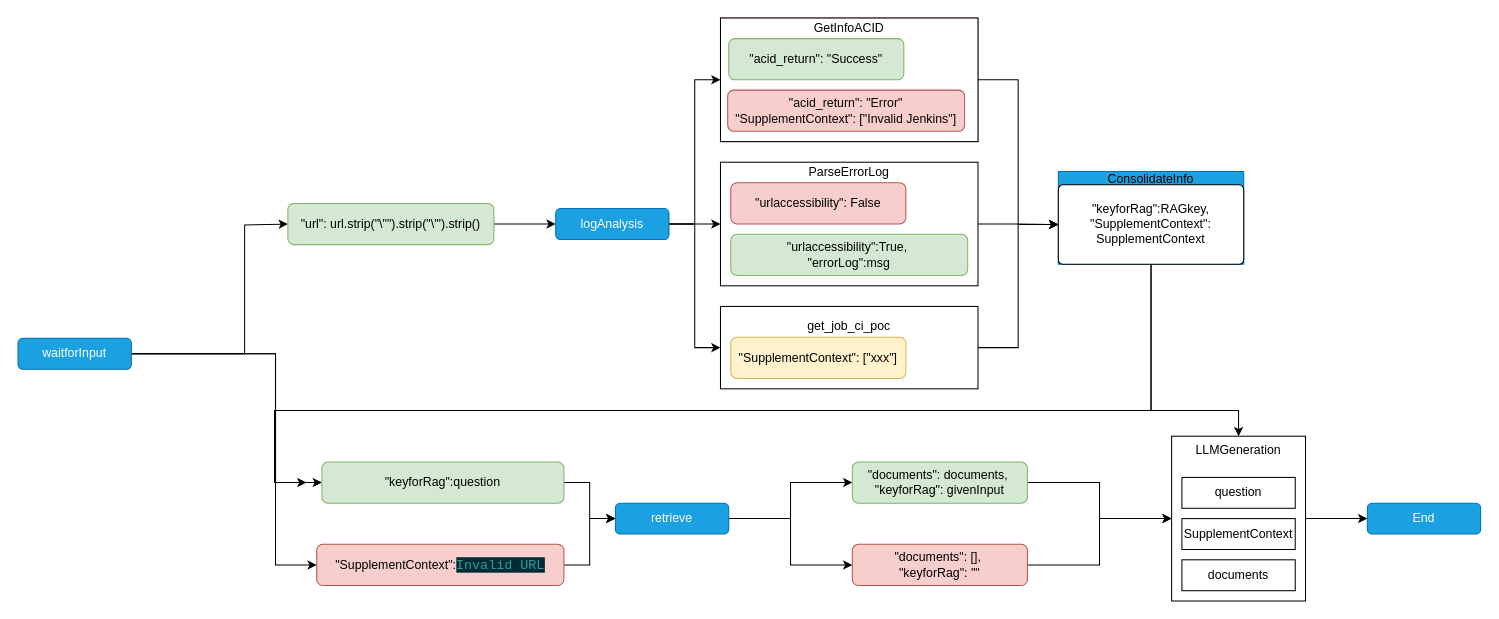
This is page "Page-2" (2 of 2) of AI.drawio from fengchutadie/diagram, a draw.io file, before an edit. Source tidied: cells renumbered, new cells numbered last; positions are measured from the earlier drawing's top-left corner, leaving out a move shared by most shapes. Both pictures are drawn from the tidied source at 103%, with x=0, y=0 at pixel (18, 18).
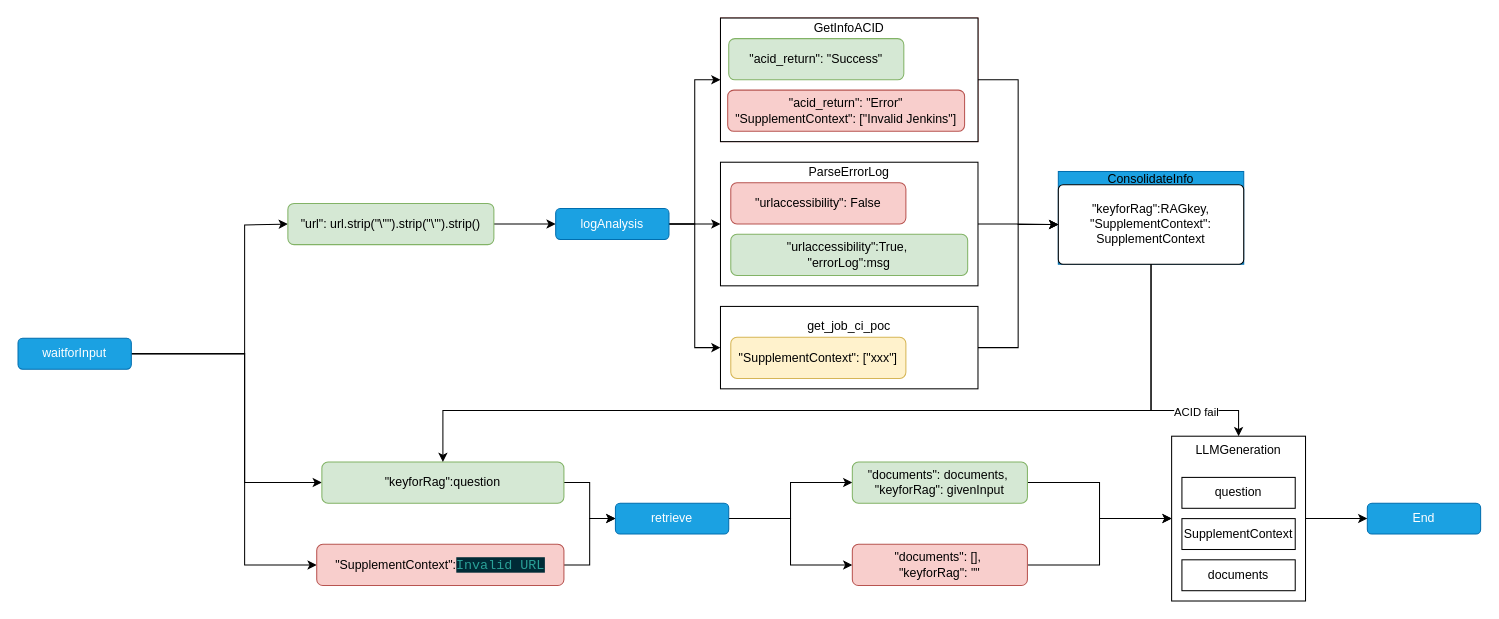
After the change.

Unchanged cells that the change refers to:
```xml
<mxCell id="5" value="waitforInput" style="rounded=1;whiteSpace=wrap;html=1;fillColor=#1ba1e2;strokeColor=#006EAF;fontColor=#ffffff;" parent="1" vertex="1">
  <mxGeometry y="311" width="110" height="30" as="geometry" />
</mxCell>
<mxCell id="7" value="&quot;SupplementContext&quot;:&lt;span style=&quot;color: rgb(42, 161, 152); background-color: rgb(0, 43, 54); font-family: Consolas, &amp;quot;Courier New&amp;quot;, monospace; font-size: 13px; white-space: pre;&quot;&gt;Invalid URL&lt;/span&gt;" style="rounded=1;whiteSpace=wrap;html=1;fillColor=#f8cecc;strokeColor=#b85450;" parent="1" vertex="1">
  <mxGeometry x="290" y="511" width="240" height="40" as="geometry" />
</mxCell>
<mxCell id="11" value="&quot;keyforRag&quot;:question" style="rounded=1;whiteSpace=wrap;html=1;fillColor=#d5e8d4;strokeColor=#82b366;" parent="1" vertex="1">
  <mxGeometry x="295" y="431" width="235" height="40" as="geometry" />
</mxCell>
<mxCell id="34" style="group;fillColor=#1ba1e2;fontColor=#ffffff;strokeColor=#006EAF;" parent="1" vertex="1">
  <mxGeometry x="1010" y="149" width="180" height="90" as="geometry" />
</mxCell>
<mxCell id="36" value="&lt;div&gt;&quot;keyforRag&quot;:RAGkey, &quot;SupplementContext&quot;: SupplementContext&lt;/div&gt;" style="rounded=1;whiteSpace=wrap;html=1;arcSize=6;" parent="34" vertex="1">
  <mxGeometry y="12.9" width="180" height="77.1" as="geometry" />
</mxCell>
<mxCell id="46" style="edgeStyle=orthogonalEdgeStyle;rounded=0;jettySize=auto;html=1;entryX=0.5;entryY=0;entryDx=0;entryDy=0;" parent="1" edge="1" source="36" target="42">
  <mxGeometry relative="1" as="geometry">
    <Array as="points">
      <mxPoint x="1100" y="381" />
      <mxPoint x="1185" y="381" />
    </Array>
  </mxGeometry>
</mxCell>
```

What changed in the source:
```diff
@@
     <mxCell id="3" style="edgeStyle=orthogonalEdgeStyle;rounded=0;jettySize=auto;html=1;entryX=0;entryY=0.5;entryDx=0;entryDy=0;" parent="1" edge="1" source="5" target="11">
       <mxGeometry relative="1" as="geometry">
         <Array as="points">
-          <mxPoint x="250" y="326" />
-          <mxPoint x="250" y="451" />
+          <mxPoint x="220" y="326" />
+          <mxPoint x="220" y="451" />
         </Array>
       </mxGeometry>
     </mxCell>
     <mxCell id="4" style="edgeStyle=orthogonalEdgeStyle;rounded=0;jettySize=auto;html=1;entryX=0;entryY=0.5;entryDx=0;entryDy=0;" parent="1" edge="1" source="5" target="7">
       <mxGeometry relative="1" as="geometry">
         <Array as="points">
-          <mxPoint x="250" y="326" />
-          <mxPoint x="250" y="531" />
+          <mxPoint x="220" y="326" />
+          <mxPoint x="220" y="531" />
         </Array>
       </mxGeometry>
     </mxCell>
@@
-    <mxCell id="35" style="edgeStyle=orthogonalEdgeStyle;rounded=0;jettySize=auto;html=1;" parent="34" edge="1" source="36">
-      <mxGeometry relative="1" as="geometry">
-        <mxPoint x="-730" y="302" as="targetPoint" />
-        <Array as="points">
-          <mxPoint x="90" y="232" />
-          <mxPoint x="-761" y="232" />
-        </Array>
-      </mxGeometry>
-    </mxCell>
@@
+    <mxCell id="49" value="ACID fail" style="edgeLabel;html=1;align=center;verticalAlign=middle;" parent="46" vertex="1">
+      <mxGeometry x="0.47" y="-1" relative="1" as="geometry" />
+    </mxCell>
@@
+    <mxCell id="50" style="edgeStyle=orthogonalEdgeStyle;rounded=0;jettySize=auto;html=1;entryX=0.5;entryY=0;entryDx=0;entryDy=0;" parent="1" edge="1" source="36" target="11">
+      <mxGeometry relative="1" as="geometry">
+        <Array as="points">
+          <mxPoint x="1100" y="381" />
+          <mxPoint x="413" y="381" />
+        </Array>
+      </mxGeometry>
+    </mxCell>
```
